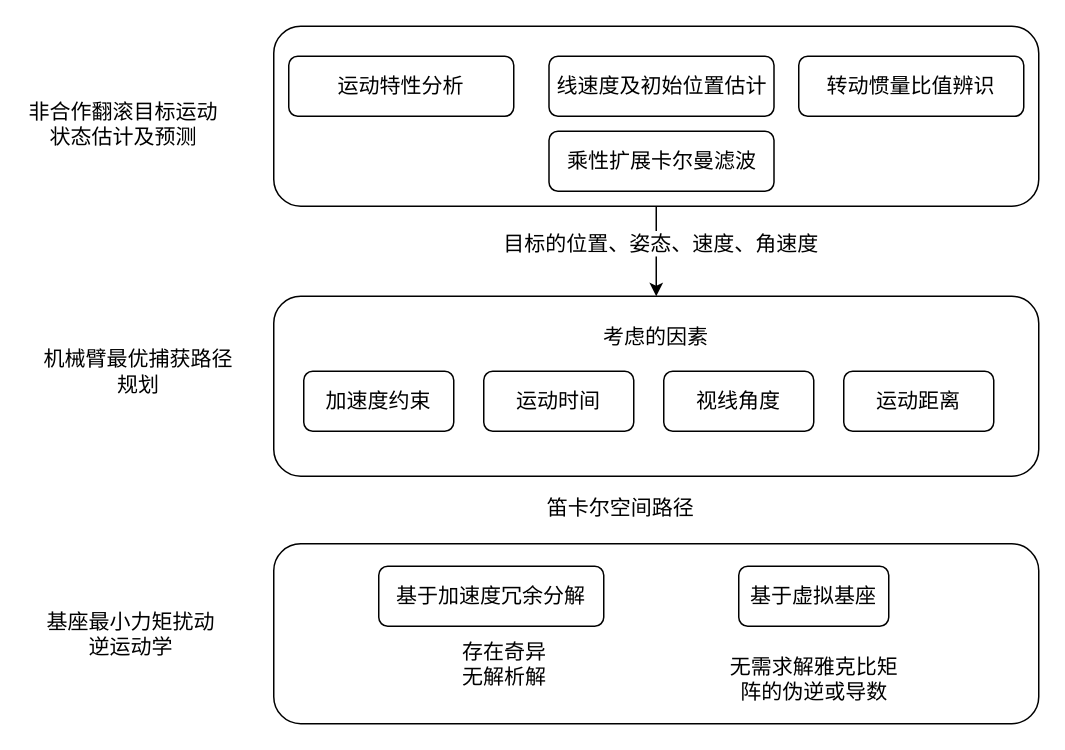
Above: Untitled Diagram.drawio in zzy5510/adams_simulink_robotarm (draw.io), before the change. Source tidied: cells renumbered, new cells numbered last; positions are measured from the earlier drawing's top-left corner, leaving out a move shared by most shapes. Both pictures are drawn from the tidied source at 150%, with x=0, y=0 at pixel (26, 26).
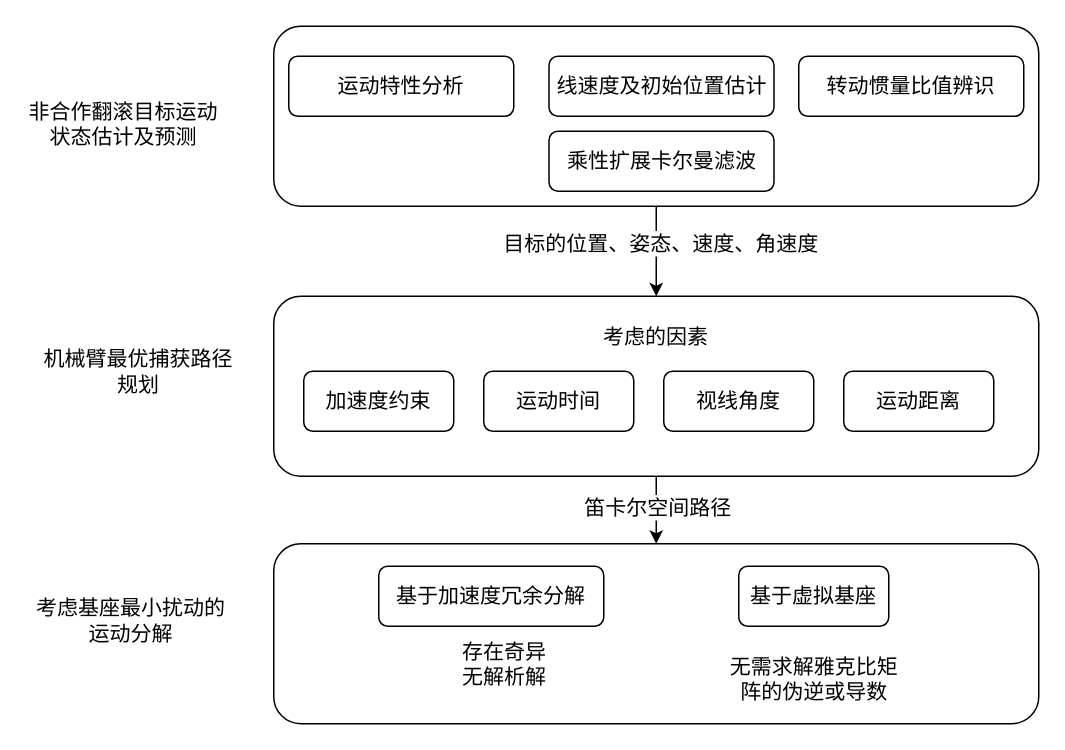
After the change.

The change refers to these unchanged cells:
```xml
<mxCell id="11" value="考虑的因素&lt;br style=&quot;font-size: 14px;&quot;&gt;&lt;br style=&quot;font-size: 14px;&quot;&gt;&lt;br style=&quot;font-size: 14px;&quot;&gt;&lt;br style=&quot;font-size: 14px;&quot;&gt;&lt;br style=&quot;font-size: 14px;&quot;&gt;" style="rounded=1;whiteSpace=wrap;html=1;fontSize=14;" parent="1" vertex="1">
  <mxGeometry x="165" y="180" width="510" height="120" as="geometry" />
</mxCell>
<mxCell id="18" style="rounded=1;whiteSpace=wrap;html=1;" parent="1" vertex="1">
  <mxGeometry x="165" y="345" width="510" height="120" as="geometry" />
</mxCell>
```

Diff of the diagram source:
```diff
@@
-    <mxCell id="16" value="笛卡尔空间路径" style="edgeLabel;html=1;align=center;verticalAlign=middle;fontSize=14;" parent="1" vertex="1">
-      <mxGeometry x="395" y="320" as="geometry" />
-    </mxCell>
-    <mxCell id="17" value="基座最小力矩扰动&lt;br style=&quot;font-size: 14px;&quot;&gt;逆运动学" style="text;html=1;strokeColor=none;fillColor=none;align=center;verticalAlign=middle;whiteSpace=wrap;rounded=0;fontSize=14;" parent="1" vertex="1">
+    <mxCell id="17" value="&lt;div&gt;考虑基座最小扰动的运动分解&lt;/div&gt;&lt;div&gt;&lt;br&gt;&lt;/div&gt;" style="text;html=1;strokeColor=none;fillColor=none;align=center;verticalAlign=middle;whiteSpace=wrap;rounded=0;fontSize=14;" parent="1" vertex="1">
       <mxGeometry y="390" width="140" height="30" as="geometry" />
     </mxCell>
@@
+    <mxCell id="23" style="edgeStyle=orthogonalEdgeStyle;rounded=0;jettySize=auto;html=1;exitX=0.5;exitY=1;exitDx=0;exitDy=0;entryX=0.5;entryY=0;entryDx=0;entryDy=0;" parent="1" edge="1" source="11" target="18">
+      <mxGeometry relative="1" as="geometry" />
+    </mxCell>
+    <mxCell id="16" value="笛卡尔空间路径" style="edgeLabel;html=1;align=center;verticalAlign=middle;fontSize=14;" parent="1" vertex="1">
+      <mxGeometry x="420" y="320" as="geometry" />
+    </mxCell>
```
